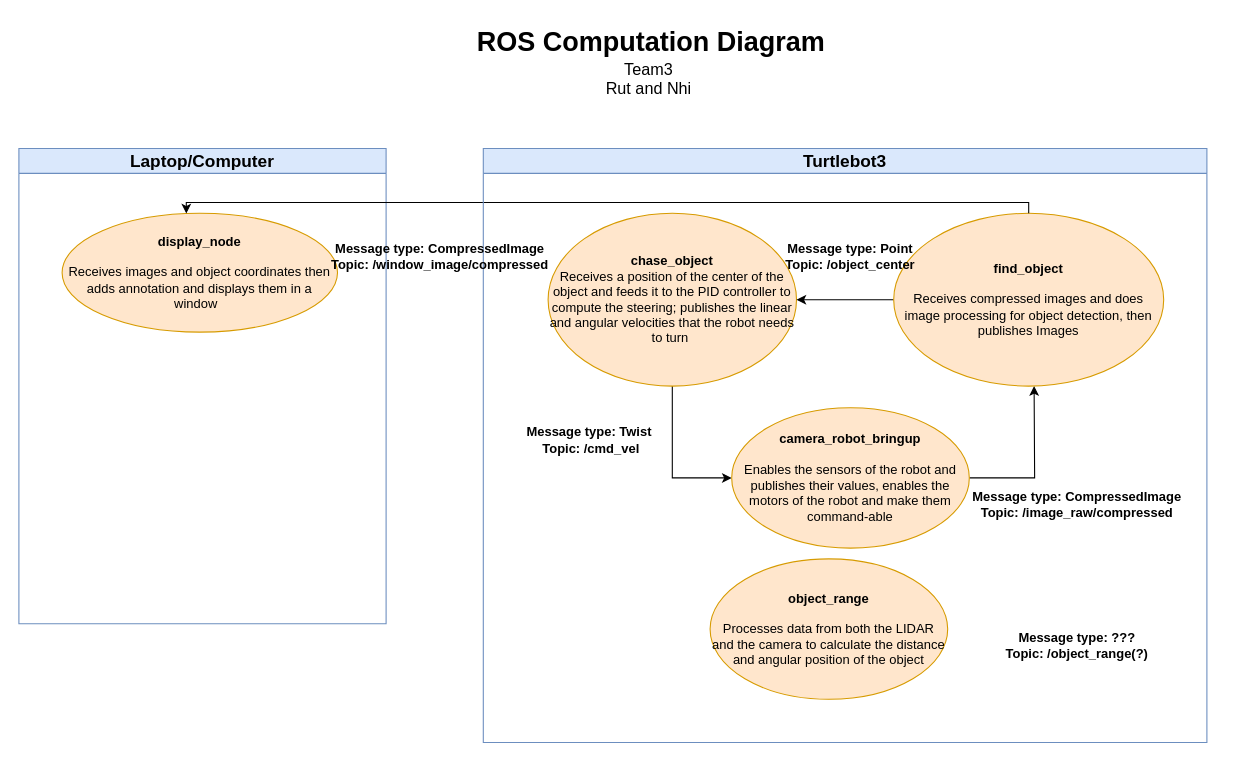
This is Untitled Diagram.drawio from NhiNguyencmt8/RoboResearch, a draw.io file, before an edit. Source tidied: cells renumbered, new cells numbered last; positions are measured from the earlier drawing's top-left corner, leaving out a move shared by most shapes. Both pictures are drawn from the tidied source at 108%, with x=0, y=0 at pixel (18, 18).
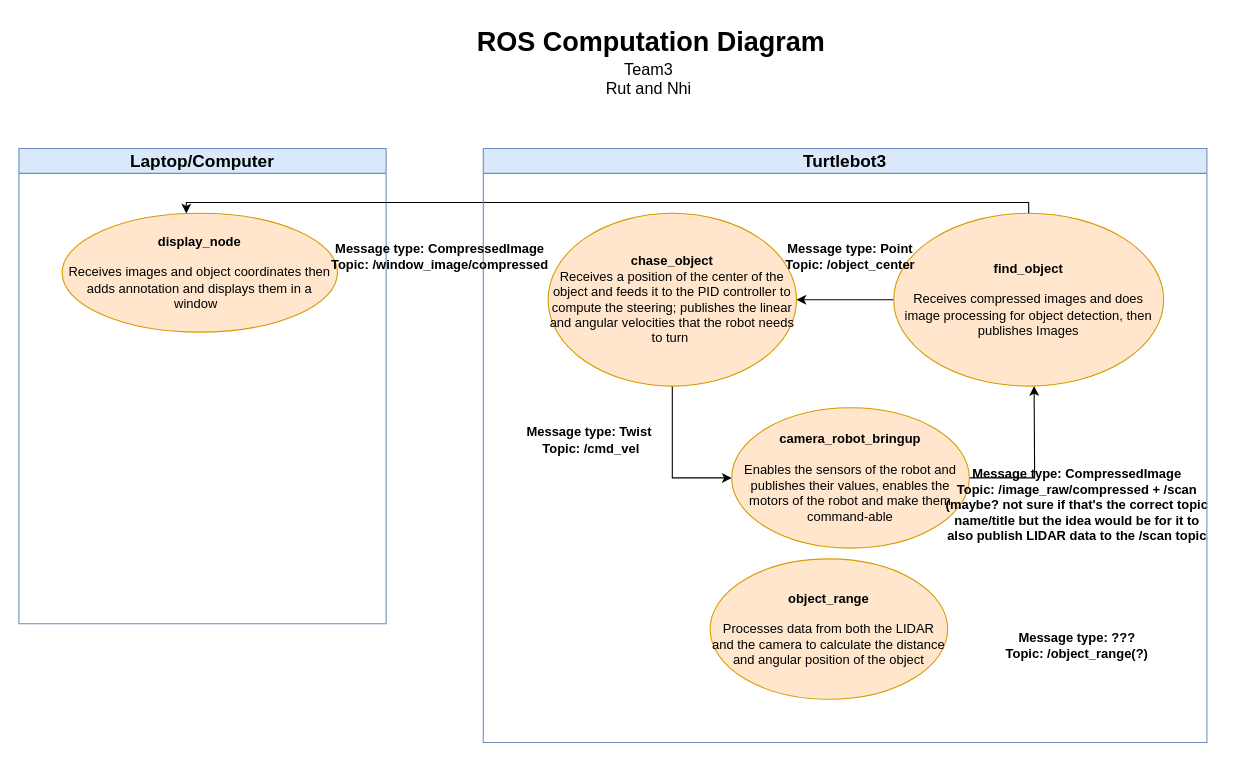
Above is the later version.

The change refers to these unchanged cells:
```xml
<mxCell id="4" style="group;" parent="1" vertex="1">
  <mxGeometry x="450" y="170" width="650" height="320" as="geometry" />
</mxCell>
```

Change to the diagram source:
```diff
@@
-    <mxCell id="11" value="&lt;font style=&quot;font-size: 12px;&quot;&gt;Message type: CompressedImage&lt;/font&gt;&lt;div style=&quot;font-size: 12px;&quot;&gt;&lt;font style=&quot;font-size: 12px;&quot;&gt;Topic: /image_raw/compressed&lt;/font&gt;&lt;/div&gt;" style="text;html=1;align=center;verticalAlign=middle;whiteSpace=wrap;rounded=0;fontStyle=1;fontSize=11;spacing=-8;" parent="4" vertex="1">
+    <mxCell id="11" value="&lt;font style=&quot;font-size: 12px;&quot;&gt;Message type: CompressedImage&lt;/font&gt;&lt;div style=&quot;font-size: 12px;&quot;&gt;&lt;font style=&quot;font-size: 12px;&quot;&gt;Topic: /image_raw/compressed + /scan (maybe? not sure if that's the correct topic name/title but the idea would be for it to also&amp;nbsp;publish LIDAR data to the /scan topic&lt;/font&gt;&lt;/div&gt;" style="text;html=1;align=center;verticalAlign=middle;whiteSpace=wrap;rounded=0;fontStyle=1;fontSize=11;spacing=-8;" parent="4" vertex="1">
       <mxGeometry x="410" y="250" width="240" height="60" as="geometry" />
     </mxCell>
```
